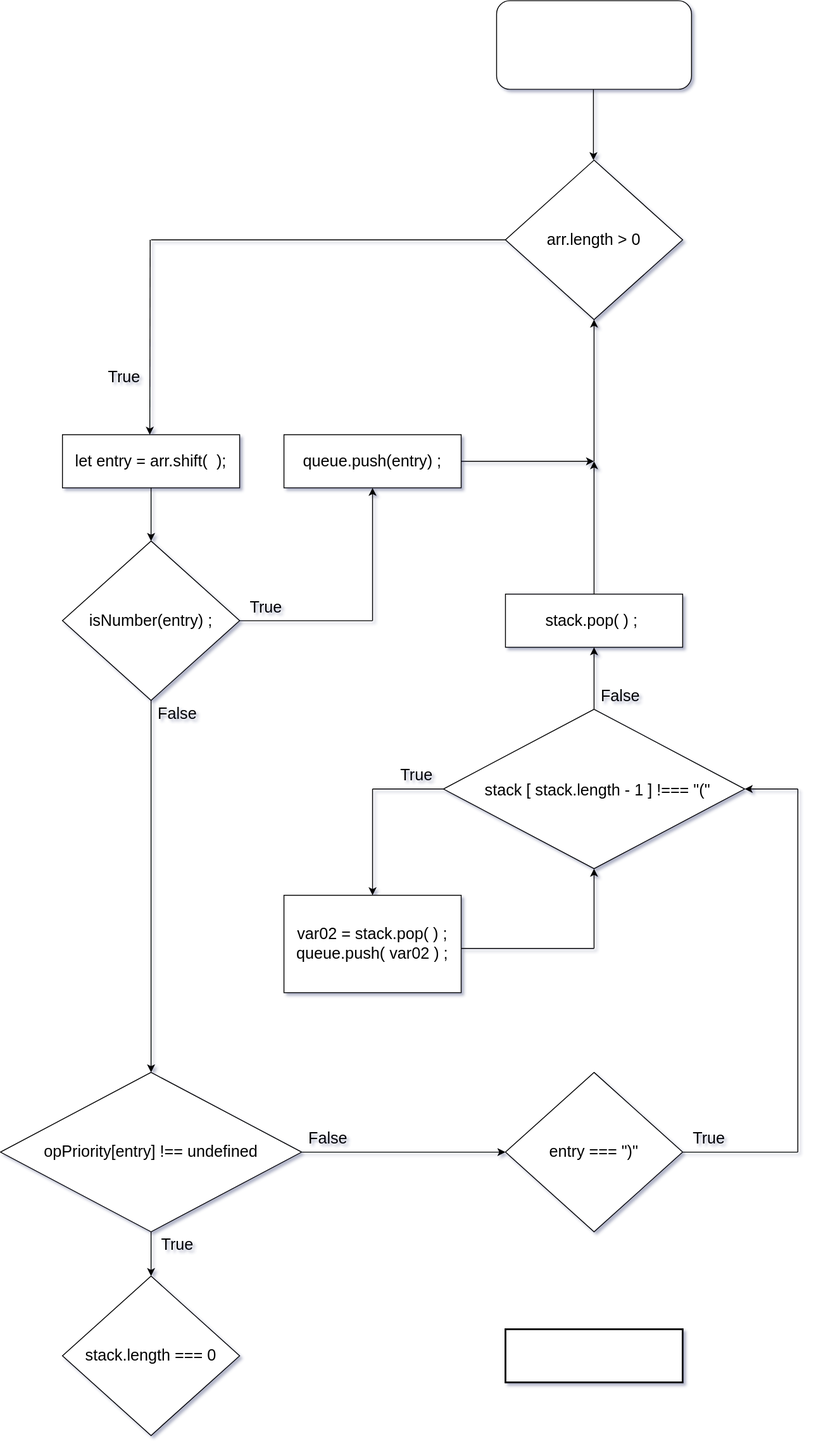
The draw.io diagram Untitled Diagram.drawio.svg in jcgm3205/jcgm3205, before a commit. Source tidied: cells renumbered, new cells last; positions are measured from the earlier drawing's top-left corner, leaving out a move shared by most shapes.
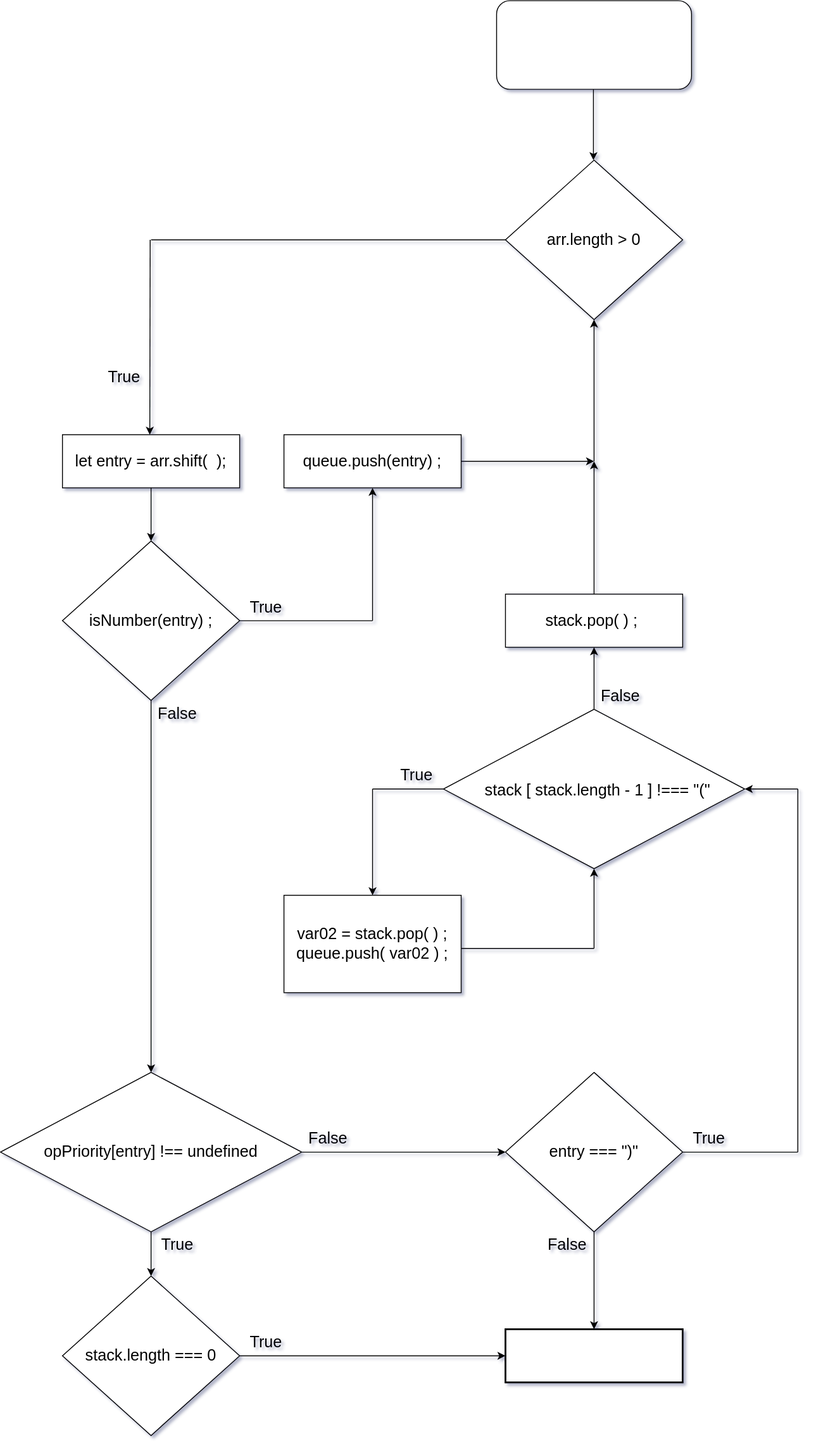
Above is the later version.

The edit, as a diff of the source:
```diff
@@ -200,5 +200,19 @@
         <mxPoint x="670" y="520" as="targetPoint" />
       </mxGeometry>
     </mxCell>
+    <mxCell id="52" style="endArrow=classic;html=1;rounded=0;fontSize=18;exitX=1;exitY=0.5;exitDx=0;exitDy=0;entryX=0;entryY=0.5;entryDx=0;entryDy=0;" parent="1" edge="1" source="48" target="50">
+      <mxGeometry relative="1" as="geometry" />
+    </mxCell>
+    <mxCell id="53" style="endArrow=classic;html=1;rounded=0;fontSize=18;" parent="1" edge="1" target="50">
+      <mxGeometry relative="1" as="geometry">
+        <mxPoint x="670" y="1390" as="sourcePoint" />
+      </mxGeometry>
+    </mxCell>
+    <mxCell id="54" value="False" style="text;html=1;strokeColor=none;fillColor=none;align=center;verticalAlign=middle;whiteSpace=wrap;rounded=0;fontSize=18;" parent="1" vertex="1">
+      <mxGeometry x="610" y="1390" width="60" height="30" as="geometry" />
+    </mxCell>
+    <mxCell id="55" value="True" style="text;html=1;strokeColor=none;fillColor=none;align=center;verticalAlign=middle;whiteSpace=wrap;rounded=0;fontSize=18;" parent="1" vertex="1">
+      <mxGeometry x="270" y="1500" width="60" height="30" as="geometry" />
+    </mxCell>
   </root>
 </mxGraphModel>
```
